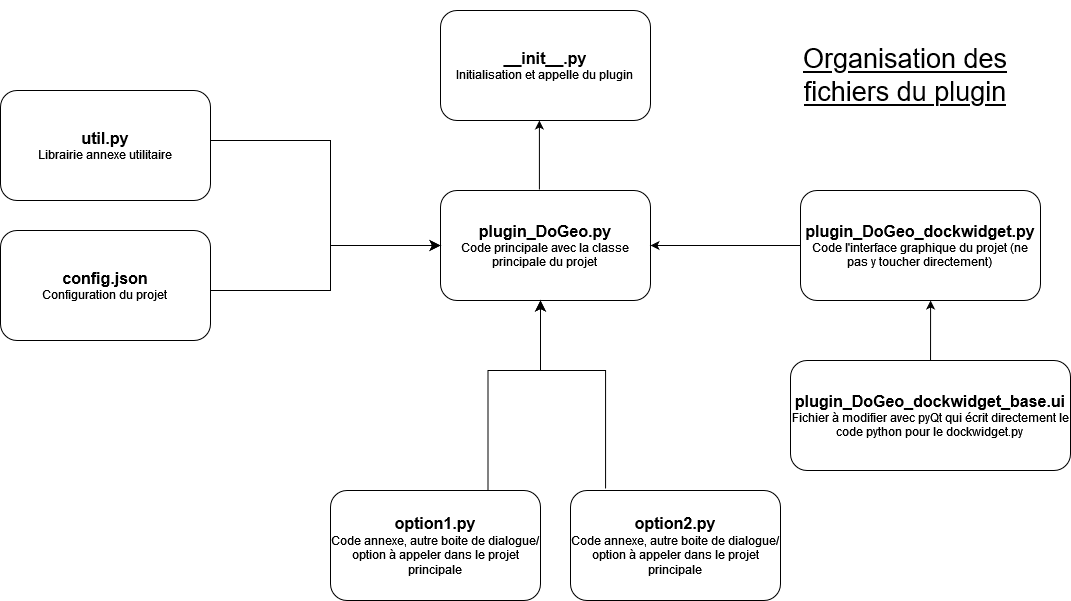
Before: Diag_act_plugin_general.drawio.png, a diagram exported from draw.io (leonielrx/ProjetInfo_DoGeo). Source tidied: cells renumbered, new cells last; positions are measured from the earlier drawing's top-left corner, leaving out a move shared by most shapes.
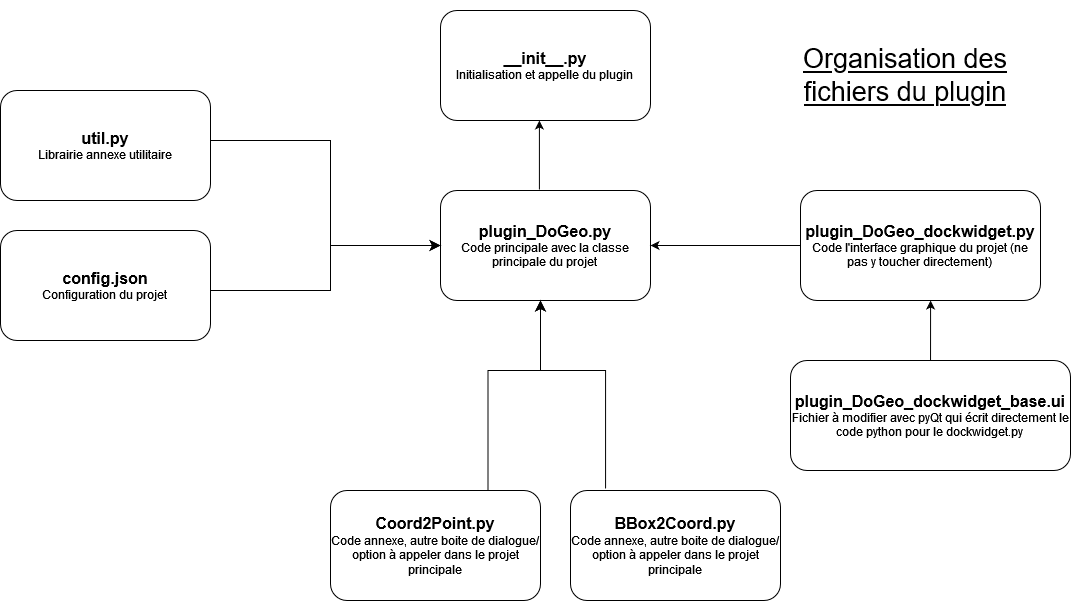
The same file after the commit.

Commit message:
Mettre à jour Diag_act_plugin_general.drawio.png

The edit, as a diff of the source:
```diff
@@ -23,10 +23,10 @@
     <mxCell id="8" style="endArrow=classic;html=1;rounded=0;entryX=0.542;entryY=1;entryDx=0;entryDy=0;entryPerimeter=0;" parent="1" edge="1" source="7" target="6">
       <mxGeometry relative="1" as="geometry" />
     </mxCell>
-    <mxCell id="9" value="&lt;div&gt;&lt;b&gt;&lt;font style=&quot;font-size: 16px;&quot;&gt;option1.py&lt;/font&gt;&lt;/b&gt;&lt;/div&gt;&lt;div&gt;Code annexe, autre boite de dialogue/option à appeler dans le projet principale&lt;br&gt;&lt;/div&gt;" style="rounded=1;whiteSpace=wrap;html=1;" parent="1" vertex="1">
+    <mxCell id="9" value="&lt;div&gt;&lt;b&gt;&lt;font style=&quot;font-size: 16px;&quot;&gt;Coord2Point.py&lt;/font&gt;&lt;/b&gt;&lt;/div&gt;&lt;div&gt;Code annexe, autre boite de dialogue/option à appeler dans le projet principale&lt;br&gt;&lt;/div&gt;" style="rounded=1;whiteSpace=wrap;html=1;" parent="1" vertex="1">
       <mxGeometry x="330" y="490" width="210" height="110" as="geometry" />
     </mxCell>
-    <mxCell id="10" value="&lt;div&gt;&lt;b&gt;&lt;font style=&quot;font-size: 16px;&quot;&gt;option2.py&lt;/font&gt;&lt;/b&gt;&lt;/div&gt;&lt;div&gt;Code annexe, autre boite de dialogue/option à appeler dans le projet principale&lt;br&gt;&lt;/div&gt;" style="rounded=1;whiteSpace=wrap;html=1;" parent="1" vertex="1">
+    <mxCell id="10" value="&lt;div&gt;&lt;b&gt;&lt;font style=&quot;font-size: 16px;&quot;&gt;BBox2Coord.py&lt;/font&gt;&lt;/b&gt;&lt;/div&gt;&lt;div&gt;Code annexe, autre boite de dialogue/option à appeler dans le projet principale&lt;br&gt;&lt;/div&gt;" style="rounded=1;whiteSpace=wrap;html=1;" parent="1" vertex="1">
       <mxGeometry x="570" y="490" width="210" height="110" as="geometry" />
     </mxCell>
     <mxCell id="11" style="edgeStyle=elbowEdgeStyle;elbow=vertical;endArrow=classic;html=1;curved=0;rounded=0;endSize=8;startSize=8;exitX=0.75;exitY=0;exitDx=0;exitDy=0;" parent="1" edge="1" source="9">
```
